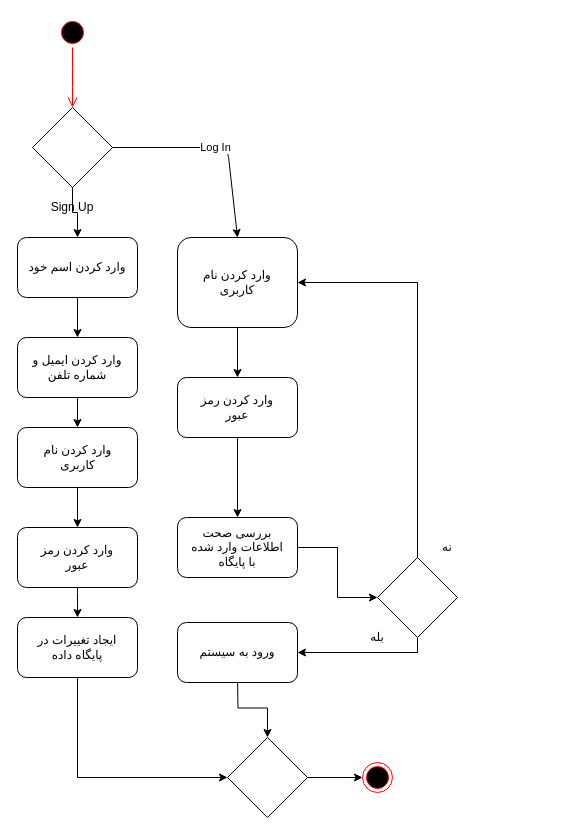
marketplus95/marketplus95 keeps this draw.io diagram as docs/Authentication Diagram.drawio. Above is the earlier version. Source tidied: cells renumbered, new cells numbered last; positions are measured from the earlier drawing's top-left corner, leaving out a move shared by most shapes. Both pictures are drawn from the tidied source at 100%, with x=0, y=0 at pixel (17, 17).
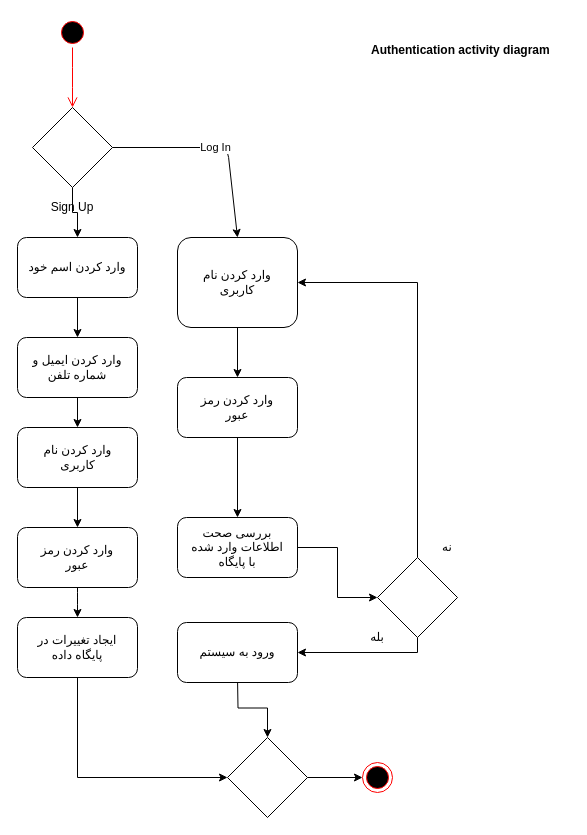
The same page after the edit.

What changed in the source:
```diff
@@
+    <mxCell id="40" value="&lt;b&gt;Authentication activity diagram&lt;/b&gt;" style="text;html=1;align=left;verticalAlign=top;spacingTop=-4;" parent="1" vertex="1">
+      <mxGeometry x="352" y="23" width="200" height="20" as="geometry" />
+    </mxCell>
```
